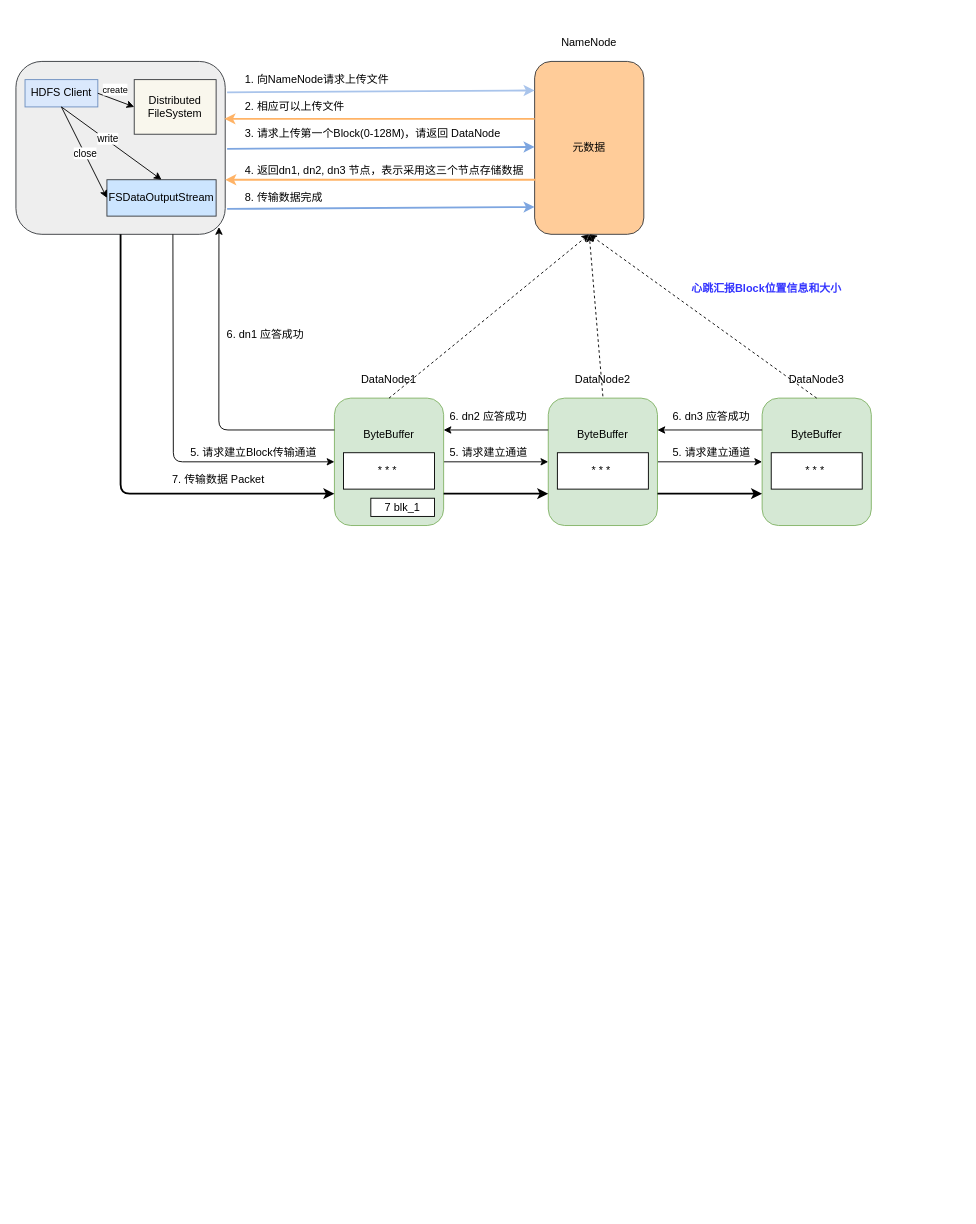
zhangyuanyin/bigdata_chars keeps this draw.io diagram as HDFS.drawio. Above is the earlier version. Source tidied: cells renumbered, new cells numbered last; positions are measured from the earlier drawing's top-left corner, leaving out a move shared by most shapes. Both pictures are drawn from the tidied source at 91%, with x=0, y=0 at pixel (15, 34).
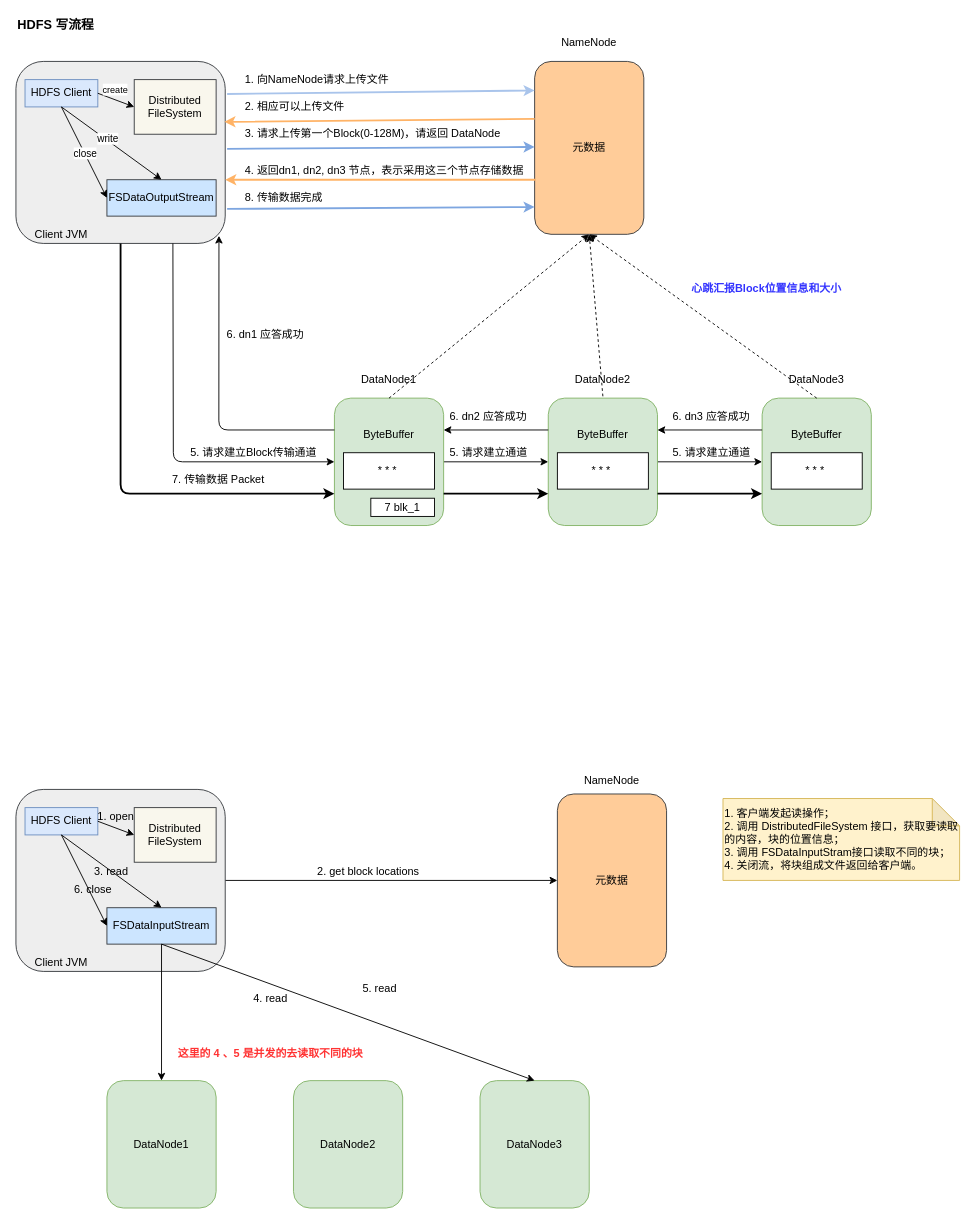
Above is the later version.

Change to the diagram source:
```diff
@@
     <mxCell id="2" style="rounded=1;whiteSpace=wrap;html=1;fillColor=#eeeeee;strokeColor=#36393d;" parent="1" vertex="1">
-      <mxGeometry y="30" width="230" height="190" as="geometry" />
+      <mxGeometry y="30" width="230" height="200" as="geometry" />
     </mxCell>
@@
+    <mxCell id="57" value="Client JVM" style="text;html=1;strokeColor=none;fillColor=none;align=center;verticalAlign=middle;whiteSpace=wrap;rounded=0;" parent="1" vertex="1">
+      <mxGeometry x="15" y="210" width="70" height="20" as="geometry" />
+    </mxCell>
+    <mxCell id="58" value="&lt;font style=&quot;font-size: 14px&quot;&gt;&lt;b&gt;HDFS 写流程&lt;/b&gt;&lt;/font&gt;" style="text;html=1;strokeColor=none;fillColor=none;align=left;verticalAlign=middle;whiteSpace=wrap;rounded=0;" parent="1" vertex="1">
+      <mxGeometry y="-20" width="120" height="20" as="geometry" />
+    </mxCell>
+    <mxCell id="59" style="edgeStyle=orthogonalEdgeStyle;rounded=0;jettySize=auto;html=1;entryX=0;entryY=0.5;entryDx=0;entryDy=0;" parent="1" edge="1" source="60" target="68">
+      <mxGeometry relative="1" as="geometry" />
+    </mxCell>
+    <mxCell id="60" style="rounded=1;whiteSpace=wrap;html=1;fillColor=#eeeeee;strokeColor=#36393d;" parent="1" vertex="1">
+      <mxGeometry y="830" width="230" height="200" as="geometry" />
+    </mxCell>
+    <mxCell id="61" value="HDFS Client" style="rounded=0;whiteSpace=wrap;html=1;fillColor=#dae8fc;strokeColor=#6c8ebf;" parent="1" vertex="1">
+      <mxGeometry x="10" y="850" width="80" height="30" as="geometry" />
+    </mxCell>
+    <mxCell id="62" value="Distributed FileSystem" style="rounded=0;whiteSpace=wrap;html=1;fillColor=#f9f7ed;strokeColor=#36393d;" parent="1" vertex="1">
+      <mxGeometry x="130" y="850" width="90" height="60" as="geometry" />
+    </mxCell>
+    <mxCell id="63" value="FSDataInputStream" style="rounded=0;whiteSpace=wrap;html=1;fillColor=#cce5ff;strokeColor=#36393d;" parent="1" vertex="1">
+      <mxGeometry x="100" y="960" width="120" height="40" as="geometry" />
+    </mxCell>
+    <mxCell id="64" style="endArrow=classic;html=1;exitX=1;exitY=0.5;exitDx=0;exitDy=0;entryX=0;entryY=0.5;entryDx=0;entryDy=0;" parent="1" edge="1" source="61" target="62">
+      <mxGeometry relative="1" as="geometry" />
+    </mxCell>
+    <mxCell id="65" style="endArrow=classic;html=1;exitX=0.5;exitY=1;exitDx=0;exitDy=0;entryX=0.5;entryY=0;entryDx=0;entryDy=0;" parent="1" edge="1" source="61" target="63">
+      <mxGeometry relative="1" as="geometry" />
+    </mxCell>
+    <mxCell id="66" style="endArrow=classic;html=1;exitX=0.5;exitY=1;exitDx=0;exitDy=0;entryX=0;entryY=0.5;entryDx=0;entryDy=0;" parent="1" edge="1" source="61" target="63">
+      <mxGeometry relative="1" as="geometry" />
+    </mxCell>
+    <mxCell id="67" value="Client JVM" style="text;html=1;strokeColor=none;fillColor=none;align=center;verticalAlign=middle;whiteSpace=wrap;rounded=0;" parent="1" vertex="1">
+      <mxGeometry x="15" y="1010" width="70" height="20" as="geometry" />
+    </mxCell>
+    <mxCell id="68" value="元数据" style="rounded=1;whiteSpace=wrap;html=1;fillColor=#ffcc99;strokeColor=#36393d;" parent="1" vertex="1">
+      <mxGeometry x="595" y="835" width="120" height="190" as="geometry" />
+    </mxCell>
+    <mxCell id="69" value="2. get block locations" style="text;html=1;strokeColor=none;fillColor=none;align=center;verticalAlign=middle;whiteSpace=wrap;rounded=0;" parent="1" vertex="1">
+      <mxGeometry x="315" y="910" width="145" height="20" as="geometry" />
+    </mxCell>
+    <mxCell id="70" value="NameNode" style="text;html=1;strokeColor=none;fillColor=none;align=center;verticalAlign=middle;whiteSpace=wrap;rounded=0;" parent="1" vertex="1">
+      <mxGeometry x="635" y="810" width="40" height="20" as="geometry" />
+    </mxCell>
+    <mxCell id="71" value="DataNode1" style="rounded=1;whiteSpace=wrap;html=1;fillColor=#d5e8d4;strokeColor=#82b366;" parent="1" vertex="1">
+      <mxGeometry x="100" y="1150" width="120" height="140" as="geometry" />
+    </mxCell>
+    <mxCell id="72" value="DataNode2" style="rounded=1;whiteSpace=wrap;html=1;fillColor=#d5e8d4;strokeColor=#82b366;" parent="1" vertex="1">
+      <mxGeometry x="305" y="1150" width="120" height="140" as="geometry" />
+    </mxCell>
+    <mxCell id="73" value="DataNode3" style="rounded=1;whiteSpace=wrap;html=1;fillColor=#d5e8d4;strokeColor=#82b366;" parent="1" vertex="1">
+      <mxGeometry x="510" y="1150" width="120" height="140" as="geometry" />
+    </mxCell>
+    <mxCell id="74" style="endArrow=classic;html=1;exitX=0.5;exitY=1;exitDx=0;exitDy=0;entryX=0.5;entryY=0;entryDx=0;entryDy=0;" parent="1" edge="1" source="63" target="71">
+      <mxGeometry relative="1" as="geometry" />
+    </mxCell>
+    <mxCell id="75" style="endArrow=classic;html=1;exitX=0.5;exitY=1;exitDx=0;exitDy=0;entryX=0.5;entryY=0;entryDx=0;entryDy=0;" parent="1" edge="1" source="63" target="73">
+      <mxGeometry relative="1" as="geometry" />
+    </mxCell>
+    <mxCell id="76" value="1. open" style="text;html=1;strokeColor=none;fillColor=none;align=center;verticalAlign=middle;whiteSpace=wrap;rounded=0;" parent="1" vertex="1">
+      <mxGeometry x="85" y="850" width="50" height="20" as="geometry" />
+    </mxCell>
+    <mxCell id="77" value="3. read" style="text;html=1;strokeColor=none;fillColor=none;align=center;verticalAlign=middle;whiteSpace=wrap;rounded=0;" parent="1" vertex="1">
+      <mxGeometry x="85" y="910" width="40" height="20" as="geometry" />
+    </mxCell>
+    <mxCell id="78" value="6. close" style="text;html=1;strokeColor=none;fillColor=none;align=center;verticalAlign=middle;whiteSpace=wrap;rounded=0;" parent="1" vertex="1">
+      <mxGeometry x="60" y="930" width="50" height="20" as="geometry" />
+    </mxCell>
+    <mxCell id="79" value="4. read" style="text;html=1;strokeColor=none;fillColor=none;align=center;verticalAlign=middle;whiteSpace=wrap;rounded=0;" parent="1" vertex="1">
+      <mxGeometry x="260" y="1050" width="40" height="20" as="geometry" />
+    </mxCell>
+    <mxCell id="80" value="5. read" style="text;html=1;strokeColor=none;fillColor=none;align=center;verticalAlign=middle;whiteSpace=wrap;rounded=0;" parent="1" vertex="1">
+      <mxGeometry x="380" y="1039" width="40" height="20" as="geometry" />
+    </mxCell>
+    <mxCell id="81" value="1. 客户端发起读操作；&lt;br&gt;2. 调用 DistributedFileSystem 接口，获取要读取的内容，块的位置信息；&lt;br&gt;3. 调用 FSDataInputStram接口读取不同的块；&lt;br&gt;4. 关闭流，将块组成文件返回给客户端。" style="shape=note;whiteSpace=wrap;html=1;backgroundOutline=1;darkOpacity=0.05;fillColor=#fff2cc;strokeColor=#d6b656;align=left;" parent="1" vertex="1">
+      <mxGeometry x="777" y="840" width="260" height="90" as="geometry" />
+    </mxCell>
+    <mxCell id="82" value="&lt;b&gt;&lt;font color=&quot;#ff3333&quot;&gt;这里的 4 、5 是并发的去读取不同的块&lt;/font&gt;&lt;/b&gt;" style="text;html=1;strokeColor=none;fillColor=none;align=center;verticalAlign=middle;whiteSpace=wrap;rounded=0;" parent="1" vertex="1">
+      <mxGeometry x="165" y="1110" width="230" height="20" as="geometry" />
+    </mxCell>
```
